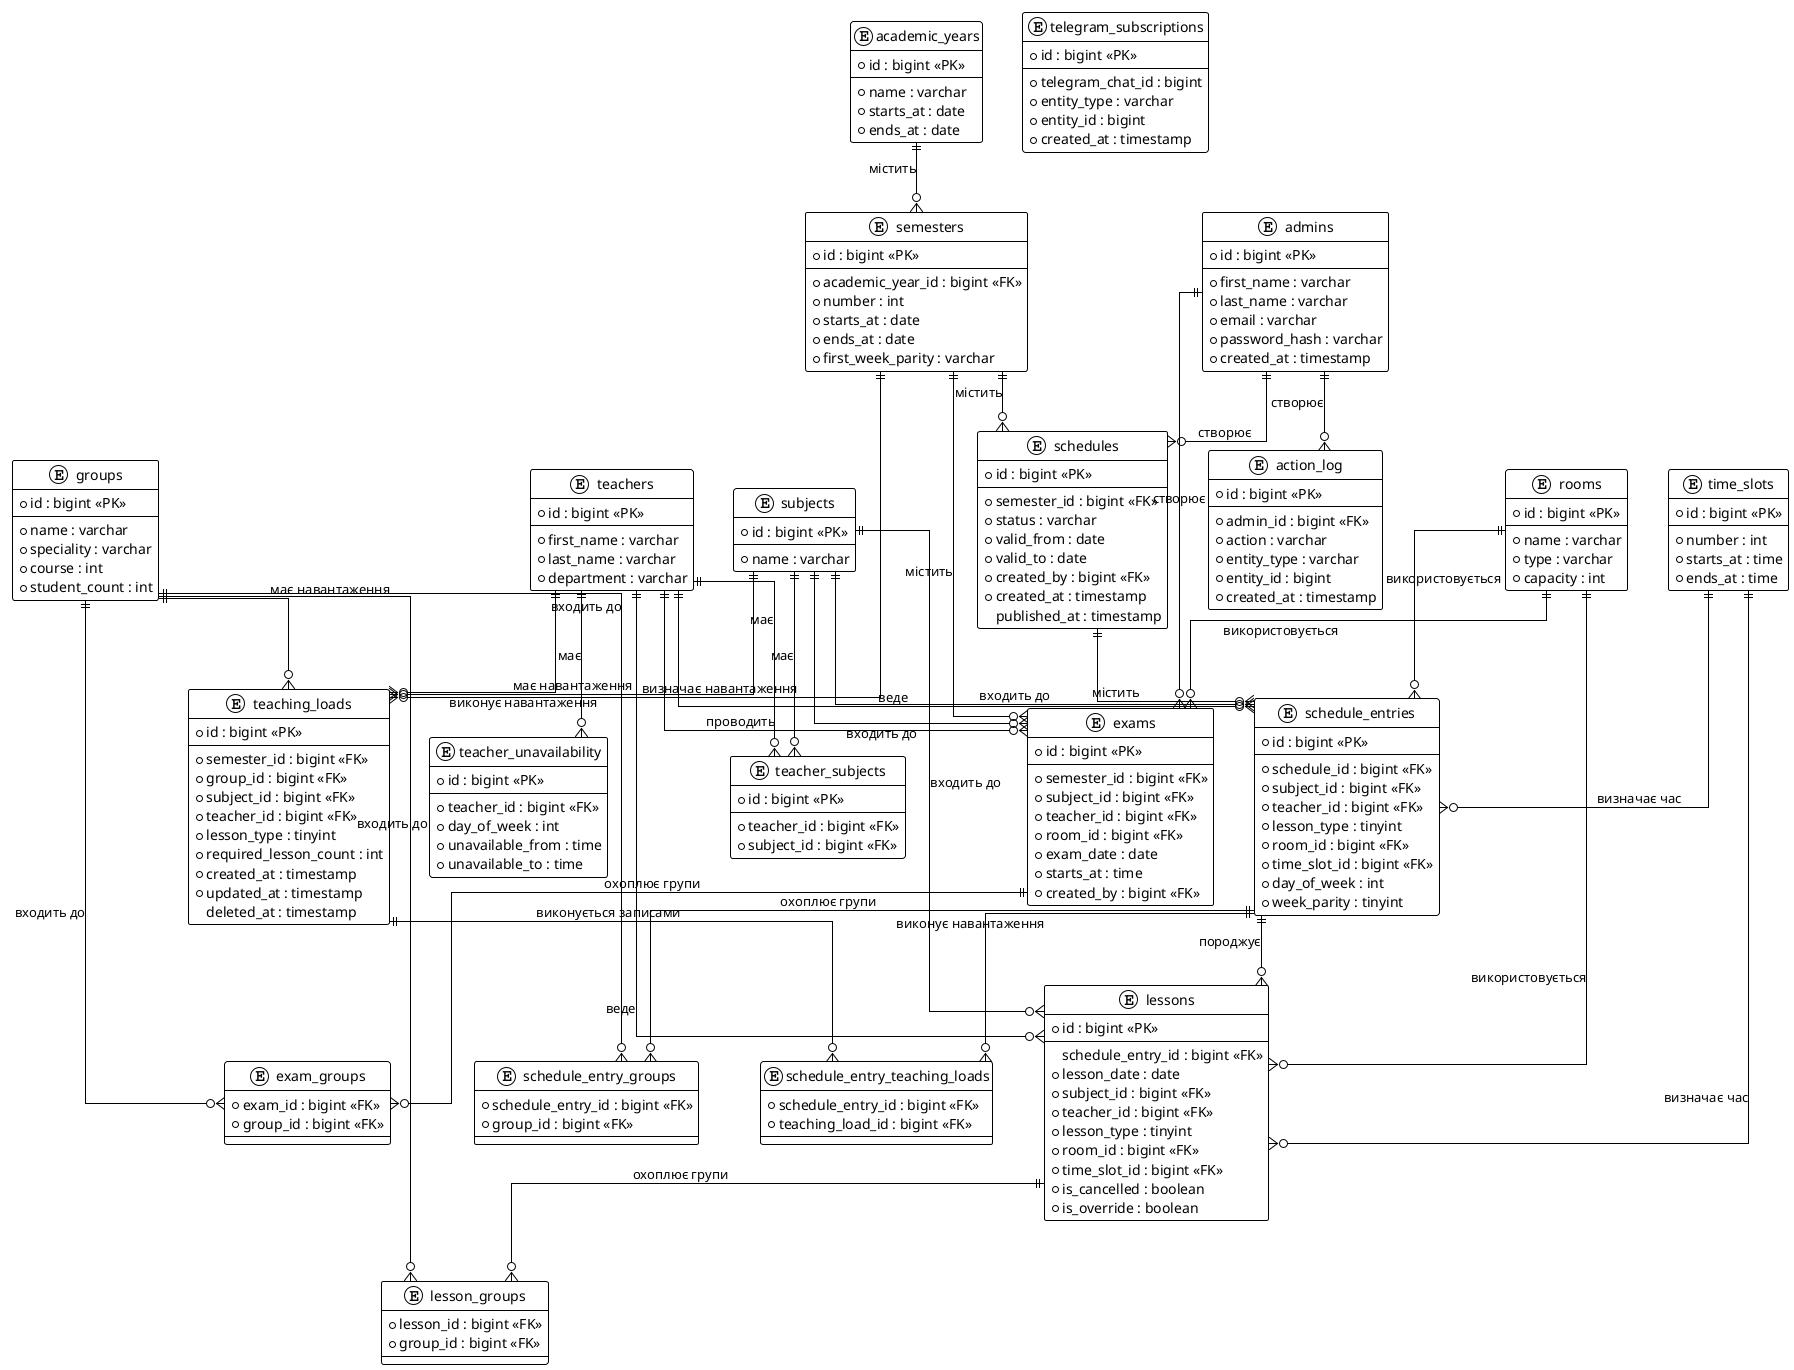
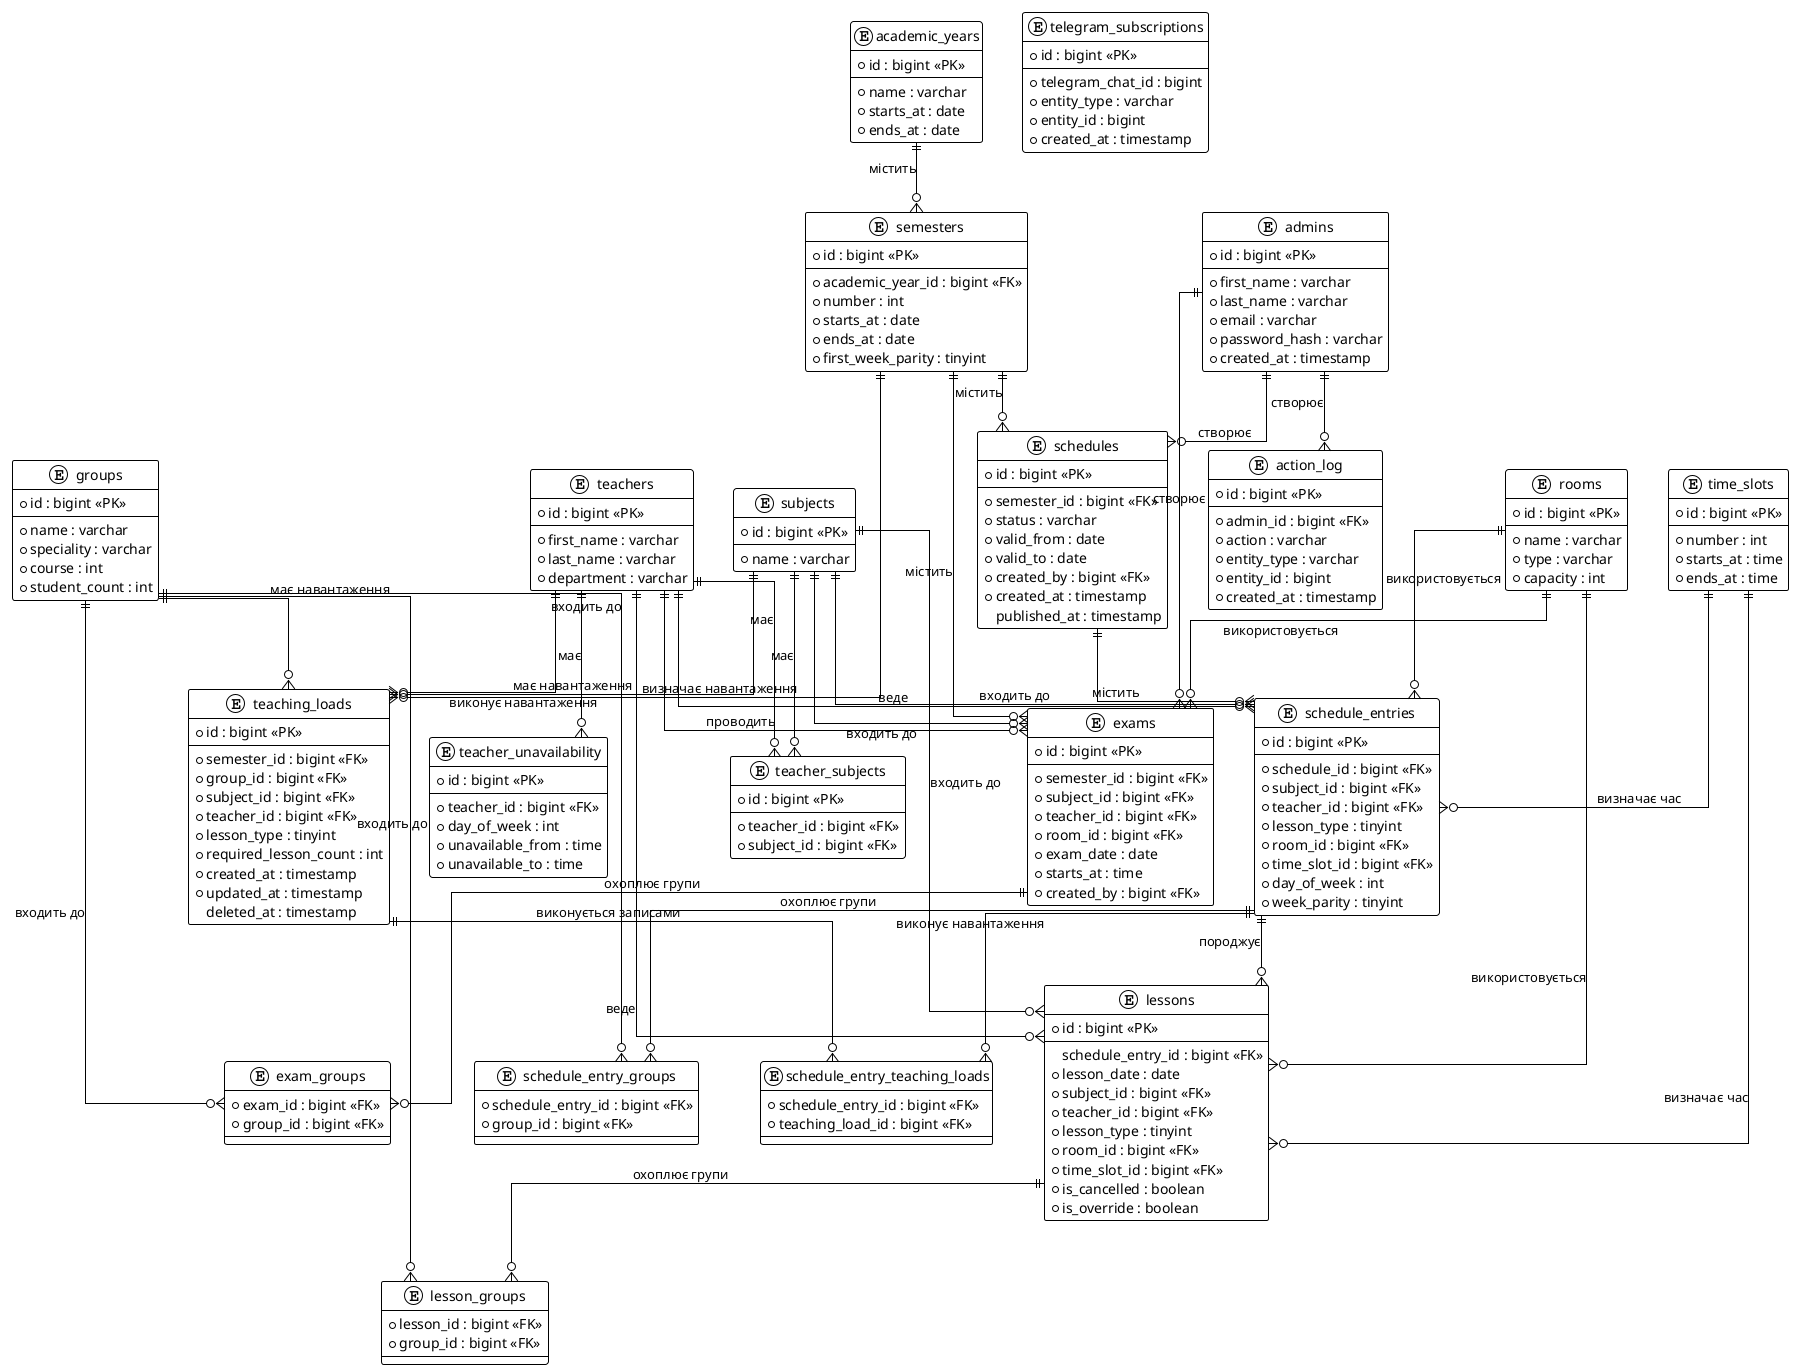
@startuml
!theme plain
skinparam linetype ortho
skinparam ranksep 60
skinparam nodesep 40

entity admins {
  * id : bigint <<PK>>
  --
  * first_name : varchar
  * last_name : varchar
  * email : varchar
  * password_hash : varchar
  * created_at : timestamp
}

entity telegram_subscriptions {
  * id : bigint <<PK>>
  --
  * telegram_chat_id : bigint
  * entity_type : varchar
  * entity_id : bigint
  * created_at : timestamp
}

entity academic_years {
  * id : bigint <<PK>>
  --
  * name : varchar
  * starts_at : date
  * ends_at : date
}

entity semesters {
  * id : bigint <<PK>>
  --
  * academic_year_id : bigint <<FK>>
  * number : int
  * starts_at : date
  * ends_at : date
-   * first_week_parity : varchar
+   * first_week_parity : tinyint
}

entity groups {
  * id : bigint <<PK>>
  --
  * name : varchar
  * speciality : varchar
  * course : int
  * student_count : int
}

entity teachers {
  * id : bigint <<PK>>
  --
  * first_name : varchar
  * last_name : varchar
  * department : varchar
}

entity teacher_unavailability {
  * id : bigint <<PK>>
  --
  * teacher_id : bigint <<FK>>
  * day_of_week : int
  * unavailable_from : time
  * unavailable_to : time
}

entity subjects {
  * id : bigint <<PK>>
  --
  * name : varchar
}

entity teacher_subjects {
  * id : bigint <<PK>>
  --
  * teacher_id : bigint <<FK>>
  * subject_id : bigint <<FK>>
}

entity teaching_loads {
  * id : bigint <<PK>>
  --
  * semester_id : bigint <<FK>>
  * group_id : bigint <<FK>>
  * subject_id : bigint <<FK>>
  * teacher_id : bigint <<FK>>
  * lesson_type : tinyint
  * required_lesson_count : int
  * created_at : timestamp
  * updated_at : timestamp
  deleted_at : timestamp
}

entity rooms {
  * id : bigint <<PK>>
  --
  * name : varchar
  * type : varchar
  * capacity : int
}

entity time_slots {
  * id : bigint <<PK>>
  --
  * number : int
  * starts_at : time
  * ends_at : time
}

entity schedules {
  * id : bigint <<PK>>
  --
  * semester_id : bigint <<FK>>
  * status : varchar
  * valid_from : date
  * valid_to : date
  * created_by : bigint <<FK>>
  * created_at : timestamp
  published_at : timestamp
}

entity schedule_entries {
  * id : bigint <<PK>>
  --
  * schedule_id : bigint <<FK>>
  * subject_id : bigint <<FK>>
  * teacher_id : bigint <<FK>>
  * lesson_type : tinyint
  * room_id : bigint <<FK>>
  * time_slot_id : bigint <<FK>>
  * day_of_week : int
  * week_parity : tinyint
}

entity schedule_entry_groups {
  * schedule_entry_id : bigint <<FK>>
  * group_id : bigint <<FK>>
}

entity schedule_entry_teaching_loads {
  * schedule_entry_id : bigint <<FK>>
  * teaching_load_id : bigint <<FK>>
}

entity lessons {
  * id : bigint <<PK>>
  --
  schedule_entry_id : bigint <<FK>>
  * lesson_date : date
  * subject_id : bigint <<FK>>
  * teacher_id : bigint <<FK>>
  * lesson_type : tinyint
  * room_id : bigint <<FK>>
  * time_slot_id : bigint <<FK>>
  * is_cancelled : boolean
  * is_override : boolean
}

entity lesson_groups {
  * lesson_id : bigint <<FK>>
  * group_id : bigint <<FK>>
}

entity exams {
  * id : bigint <<PK>>
  --
  * semester_id : bigint <<FK>>
  * subject_id : bigint <<FK>>
  * teacher_id : bigint <<FK>>
  * room_id : bigint <<FK>>
  * exam_date : date
  * starts_at : time
  * created_by : bigint <<FK>>
}

entity exam_groups {
  * exam_id : bigint <<FK>>
  * group_id : bigint <<FK>>
}

entity action_log {
  * id : bigint <<PK>>
  --
  * admin_id : bigint <<FK>>
  * action : varchar
  * entity_type : varchar
  * entity_id : bigint
  * created_at : timestamp
}

admins ||--o{ action_log : "створює"
admins ||--o{ exams : "створює"
admins ||--o{ schedules : "створює"

academic_years ||--o{ semesters : "містить"

semesters ||--o{ schedules : "містить"
semesters ||--o{ exams : "містить"
semesters ||--o{ teaching_loads : "визначає навантаження"

schedules ||--o{ schedule_entries : "містить"

teachers ||--o{ teacher_unavailability : "має"
teachers ||--o{ teacher_subjects : "має"
teachers ||--o{ teaching_loads : "виконує навантаження"
teachers ||--o{ schedule_entries : "веде"
teachers ||--o{ lessons : "веде"
teachers ||--o{ exams : "проводить"

subjects ||--o{ teacher_subjects : "має"
subjects ||--o{ teaching_loads : "має навантаження"
subjects ||--o{ schedule_entries : "входить до"
subjects ||--o{ lessons : "входить до"
subjects ||--o{ exams : "входить до"

rooms ||--o{ schedule_entries : "використовується"
rooms ||--o{ lessons : "використовується"
rooms ||--o{ exams : "використовується"

time_slots ||--o{ schedule_entries : "визначає час"
time_slots ||--o{ lessons : "визначає час"

schedule_entries ||--o{ schedule_entry_groups : "охоплює групи"
schedule_entries ||--o{ schedule_entry_teaching_loads : "виконує навантаження"
schedule_entries ||--o{ lessons : "породжує"

teaching_loads ||--o{ schedule_entry_teaching_loads : "виконується записами"

lessons ||--o{ lesson_groups : "охоплює групи"

groups ||--o{ schedule_entry_groups : "входить до"
groups ||--o{ lesson_groups : "входить до"
groups ||--o{ exam_groups : "входить до"
groups ||--o{ teaching_loads : "має навантаження"

exams ||--o{ exam_groups : "охоплює групи"

@enduml
